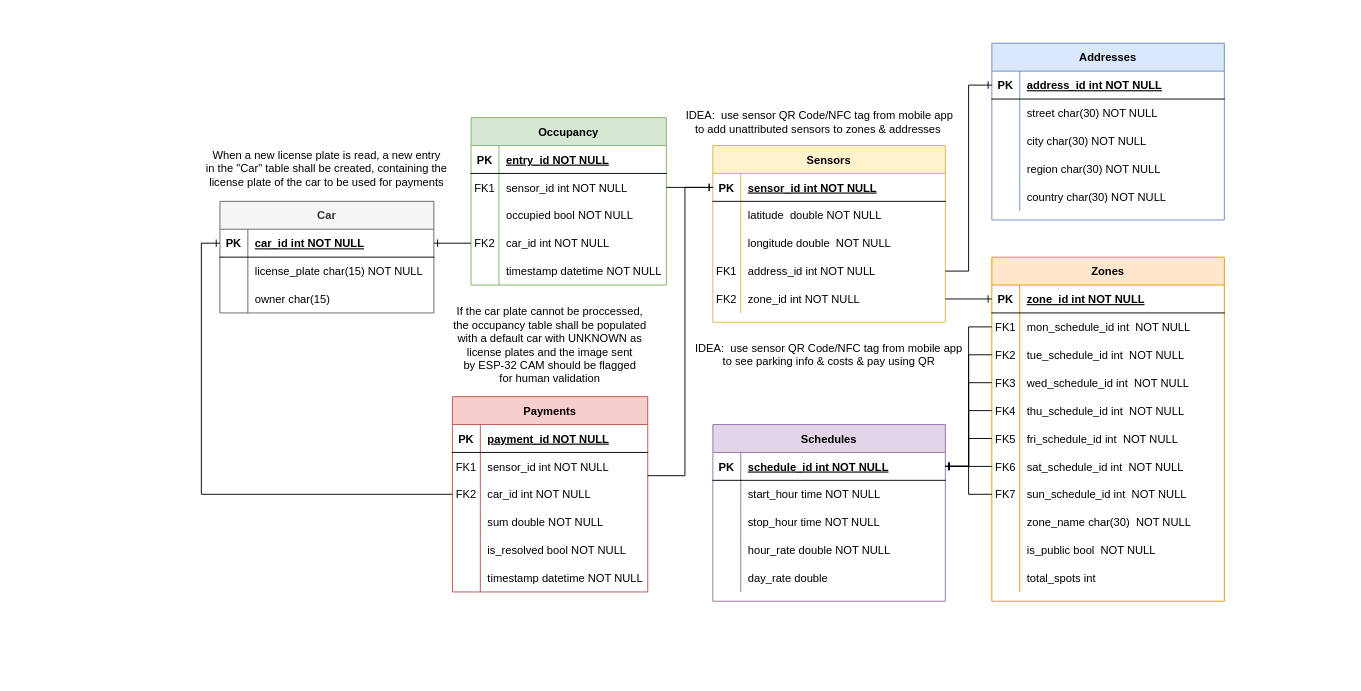
The draw.io diagram docs/sql-schema-diagram/easypark-db-schema.drawio in stefan-chivu/smartpark, before the edit. Source tidied: cells renumbered, new cells numbered last; positions are measured from the earlier drawing's top-left corner, leaving out a move shared by most shapes. Both pictures are drawn from the tidied source at 93%, with x=0, y=0 at pixel (182, 43).
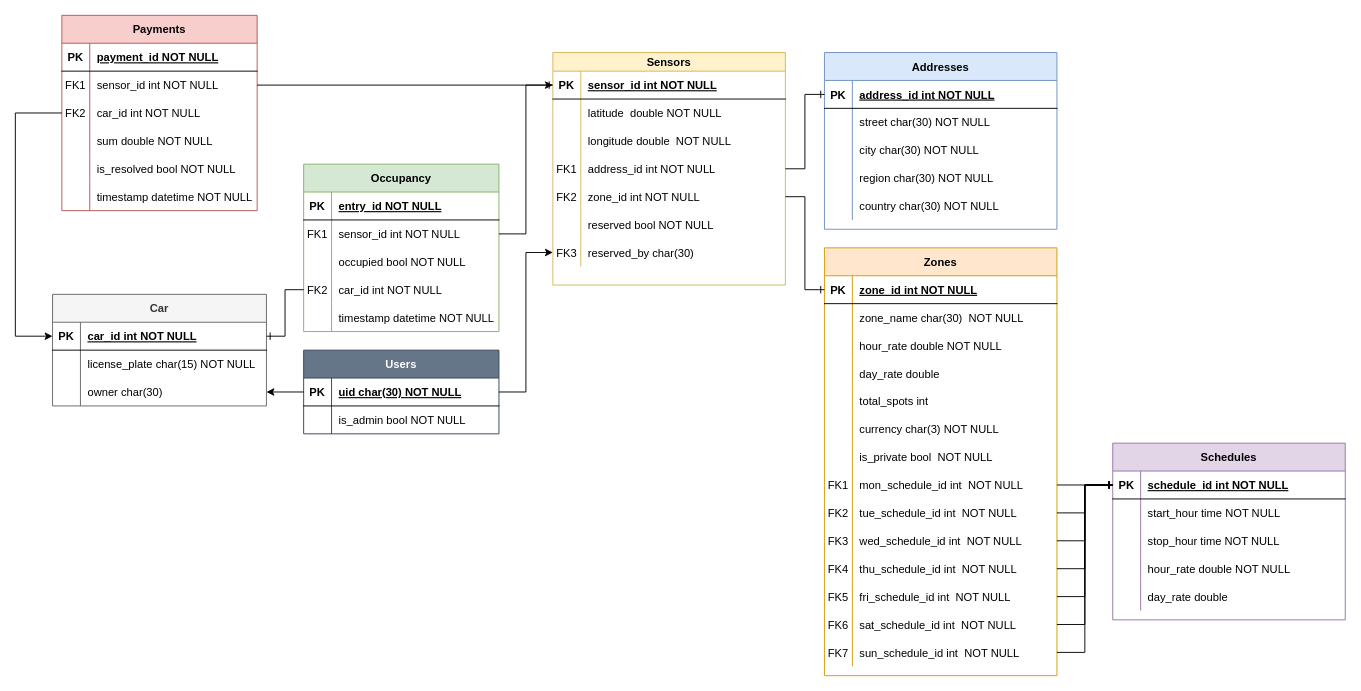
The same page after the edit.

The change refers to these unchanged cells:
```xml
<mxCell id="69" style="shape=partialRectangle;fillColor=none;points=[[0,0.5],[1,0.5]];portConstraint=eastwest;top=0;left=0;right=0;bottom=1;" parent="68" vertex="1">
  <mxGeometry y="30" width="250" height="30" as="geometry" />
</mxCell>
<mxCell id="107" style="shape=partialRectangle;fillColor=none;points=[[0,0.5],[1,0.5]];portConstraint=eastwest;top=0;left=0;right=0;bottom=0;" parent="103" vertex="1">
  <mxGeometry y="60" width="210" height="30" as="geometry" />
</mxCell>
<mxCell id="110" style="shape=partialRectangle;fillColor=none;points=[[0,0.5],[1,0.5]];portConstraint=eastwest;top=0;left=0;right=0;bottom=0;" parent="103" vertex="1">
  <mxGeometry y="90" width="210" height="30" as="geometry" />
</mxCell>
<mxCell id="123" style="shape=partialRectangle;fillColor=none;points=[[0,0.5],[1,0.5]];portConstraint=eastwest;top=0;left=0;right=0;bottom=1;" parent="122" vertex="1">
  <mxGeometry y="30" width="230" height="30" as="geometry" />
</mxCell>
<mxCell id="129" style="shape=partialRectangle;fillColor=none;points=[[0,0.5],[1,0.5]];portConstraint=eastwest;top=0;left=0;right=0;bottom=0;" parent="122" vertex="1">
  <mxGeometry y="90" width="230" height="30" as="geometry" />
</mxCell>
```

What changed in the source:
```diff
@@
     <mxCell id="2" value="Addresses" style="shape=table;startSize=30;childLayout=tableLayout;rowLines=0;fontStyle=1;align=center;fillColor=#dae8fc;strokeColor=#6c8ebf;" parent="1" vertex="1">
-      <mxGeometry x="870" width="250" height="190" as="geometry" />
+      <mxGeometry x="690" y="10" width="250" height="190" as="geometry" />
     </mxCell>
@@
-    <mxCell id="18" value="Sensors" style="shape=table;startSize=30;childLayout=tableLayout;rowLines=0;fontStyle=1;align=center;fillColor=#fff2cc;strokeColor=#d6b656;" parent="1" vertex="1">
-      <mxGeometry x="570" y="110" width="250" height="190" as="geometry" />
+    <mxCell id="18" value="Sensors" style="shape=table;startSize=20;childLayout=tableLayout;rowLines=0;fontStyle=1;align=center;fillColor=#fff2cc;strokeColor=#d6b656;" parent="1" vertex="1">
+      <mxGeometry x="398" y="10" width="250" height="250" as="geometry" />
     </mxCell>
     <mxCell id="19" style="shape=partialRectangle;fillColor=none;points=[[0,0.5],[1,0.5]];portConstraint=eastwest;top=0;left=0;right=0;bottom=1;" parent="18" vertex="1">
-      <mxGeometry y="30" width="250" height="30" as="geometry" />
+      <mxGeometry y="20" width="250" height="30" as="geometry" />
     </mxCell>
@@
     <mxCell id="22" style="shape=partialRectangle;fillColor=none;top=0;left=0;right=0;bottom=0;" parent="18" vertex="1">
-      <mxGeometry y="60" width="250" height="30" as="geometry" />
+      <mxGeometry y="50" width="250" height="30" as="geometry" />
     </mxCell>
@@
     <mxCell id="25" style="shape=partialRectangle;fillColor=none;top=0;left=0;right=0;bottom=0;" parent="18" vertex="1">
-      <mxGeometry y="90" width="250" height="30" as="geometry" />
+      <mxGeometry y="80" width="250" height="30" as="geometry" />
     </mxCell>
@@
     <mxCell id="28" style="shape=partialRectangle;fillColor=none;points=[[0,0.5],[1,0.5]];portConstraint=eastwest;top=0;left=0;right=0;bottom=0;" parent="18" vertex="1">
-      <mxGeometry y="120" width="250" height="30" as="geometry" />
+      <mxGeometry y="110" width="250" height="30" as="geometry" />
     </mxCell>
@@
     <mxCell id="31" style="shape=partialRectangle;fillColor=none;points=[[0,0.5],[1,0.5]];portConstraint=eastwest;top=0;left=0;right=0;bottom=0;" parent="18" vertex="1">
-      <mxGeometry y="150" width="250" height="30" as="geometry" />
+      <mxGeometry y="140" width="250" height="30" as="geometry" />
     </mxCell>
@@
+    <mxCell id="146" style="shape=partialRectangle;fillColor=none;top=0;left=0;right=0;bottom=0;" parent="18" vertex="1">
+      <mxGeometry y="170" width="250" height="30" as="geometry" />
+    </mxCell>
+    <mxCell id="147" style="shape=partialRectangle;overflow=hidden;fillColor=none;top=0;left=0;bottom=0;right=0;" parent="146" vertex="1">
+      <mxGeometry width="30" height="30" as="geometry" />
+    </mxCell>
+    <mxCell id="148" value="reserved bool NOT NULL" style="shape=partialRectangle;overflow=hidden;fillColor=none;top=0;left=0;bottom=0;right=0;align=left;spacingLeft=6;" parent="146" vertex="1">
+      <mxGeometry x="30" width="220" height="30" as="geometry" />
+    </mxCell>
+    <mxCell id="149" style="shape=partialRectangle;fillColor=none;points=[[0,0.5],[1,0.5]];portConstraint=eastwest;top=0;left=0;right=0;bottom=0;" parent="18" vertex="1">
+      <mxGeometry y="200" width="250" height="30" as="geometry" />
+    </mxCell>
+    <mxCell id="150" value="FK3" style="shape=partialRectangle;overflow=hidden;fillColor=none;top=0;left=0;bottom=0;right=0;" parent="149" vertex="1">
+      <mxGeometry width="30" height="30" as="geometry" />
+    </mxCell>
+    <mxCell id="151" value="reserved_by char(30)" style="shape=partialRectangle;overflow=hidden;fillColor=none;top=0;left=0;bottom=0;right=0;align=left;spacingLeft=6;" parent="149" vertex="1">
+      <mxGeometry x="30" width="220" height="30" as="geometry" />
+    </mxCell>
     <mxCell id="34" value="Zones" style="shape=table;startSize=30;childLayout=tableLayout;rowLines=0;fontStyle=1;align=center;fillColor=#ffe6cc;strokeColor=#d79b00;" parent="1" vertex="1">
-      <mxGeometry x="870" y="230" width="250" height="370" as="geometry" />
+      <mxGeometry x="690" y="220" width="250" height="460" as="geometry" />
     </mxCell>
@@
+    <mxCell id="59" style="shape=partialRectangle;fillColor=none;top=0;left=0;right=0;bottom=0;" parent="34" vertex="1">
+      <mxGeometry y="60" width="250" height="30" as="geometry" />
+    </mxCell>
+    <mxCell id="60" style="shape=partialRectangle;overflow=hidden;fillColor=none;top=0;left=0;bottom=0;right=0;" parent="59" vertex="1">
+      <mxGeometry width="30" height="30" as="geometry" />
+    </mxCell>
+    <mxCell id="61" value="zone_name char(30)  NOT NULL" style="shape=partialRectangle;overflow=hidden;fillColor=none;top=0;left=0;bottom=0;right=0;align=left;spacingLeft=6;" parent="59" vertex="1">
+      <mxGeometry x="30" width="220" height="30" as="geometry" />
+    </mxCell>
+    <mxCell id="152" style="shape=partialRectangle;fillColor=none;top=0;left=0;right=0;bottom=0;" parent="34" vertex="1">
+      <mxGeometry y="90" width="250" height="30" as="geometry" />
+    </mxCell>
+    <mxCell id="153" style="shape=partialRectangle;overflow=hidden;fillColor=none;top=0;left=0;bottom=0;right=0;" parent="152" vertex="1">
+      <mxGeometry width="30" height="30" as="geometry" />
+    </mxCell>
+    <mxCell id="154" value="hour_rate double NOT NULL" style="shape=partialRectangle;overflow=hidden;fillColor=none;top=0;left=0;bottom=0;right=0;align=left;spacingLeft=6;" parent="152" vertex="1">
+      <mxGeometry x="30" width="220" height="30" as="geometry" />
+    </mxCell>
+    <mxCell id="155" style="shape=partialRectangle;fillColor=none;top=0;left=0;right=0;bottom=0;" parent="34" vertex="1">
+      <mxGeometry y="120" width="250" height="30" as="geometry" />
+    </mxCell>
+    <mxCell id="156" style="shape=partialRectangle;overflow=hidden;fillColor=none;top=0;left=0;bottom=0;right=0;" parent="155" vertex="1">
+      <mxGeometry width="30" height="30" as="geometry" />
+    </mxCell>
+    <mxCell id="157" value="day_rate double" style="shape=partialRectangle;overflow=hidden;fillColor=none;top=0;left=0;bottom=0;right=0;align=left;spacingLeft=6;" parent="155" vertex="1">
+      <mxGeometry x="30" width="220" height="30" as="geometry" />
+    </mxCell>
+    <mxCell id="65" style="shape=partialRectangle;fillColor=none;top=0;left=0;right=0;bottom=0;" parent="34" vertex="1">
+      <mxGeometry y="150" width="250" height="30" as="geometry" />
+    </mxCell>
+    <mxCell id="66" style="shape=partialRectangle;overflow=hidden;fillColor=none;top=0;left=0;bottom=0;right=0;" parent="65" vertex="1">
+      <mxGeometry width="30" height="30" as="geometry" />
+    </mxCell>
+    <mxCell id="67" value="total_spots int" style="shape=partialRectangle;overflow=hidden;fillColor=none;top=0;left=0;bottom=0;right=0;align=left;spacingLeft=6;" parent="65" vertex="1">
+      <mxGeometry x="30" width="220" height="30" as="geometry" />
+    </mxCell>
+    <mxCell id="158" style="shape=partialRectangle;fillColor=none;top=0;left=0;right=0;bottom=0;" parent="34" vertex="1">
+      <mxGeometry y="180" width="250" height="30" as="geometry" />
+    </mxCell>
+    <mxCell id="159" style="shape=partialRectangle;overflow=hidden;fillColor=none;top=0;left=0;bottom=0;right=0;" parent="158" vertex="1">
+      <mxGeometry width="30" height="30" as="geometry" />
+    </mxCell>
+    <mxCell id="160" value="currency char(3) NOT NULL" style="shape=partialRectangle;overflow=hidden;fillColor=none;top=0;left=0;bottom=0;right=0;align=left;spacingLeft=6;" parent="158" vertex="1">
+      <mxGeometry x="30" width="220" height="30" as="geometry" />
+    </mxCell>
+    <mxCell id="62" style="shape=partialRectangle;fillColor=none;top=0;left=0;right=0;bottom=0;" parent="34" vertex="1">
+      <mxGeometry y="210" width="250" height="30" as="geometry" />
+    </mxCell>
+    <mxCell id="63" style="shape=partialRectangle;overflow=hidden;fillColor=none;top=0;left=0;bottom=0;right=0;" parent="62" vertex="1">
+      <mxGeometry width="30" height="30" as="geometry" />
+    </mxCell>
+    <mxCell id="64" value="is_private bool  NOT NULL" style="shape=partialRectangle;overflow=hidden;fillColor=none;top=0;left=0;bottom=0;right=0;align=left;spacingLeft=6;" parent="62" vertex="1">
+      <mxGeometry x="30" width="220" height="30" as="geometry" />
+    </mxCell>
     <mxCell id="38" style="shape=partialRectangle;fillColor=none;points=[[0,0.5],[1,0.5]];portConstraint=eastwest;top=0;left=0;right=0;bottom=0;" parent="34" vertex="1">
-      <mxGeometry y="60" width="250" height="30" as="geometry" />
+      <mxGeometry y="240" width="250" height="30" as="geometry" />
     </mxCell>
@@
     <mxCell id="41" style="shape=partialRectangle;fillColor=none;points=[[0,0.5],[1,0.5]];portConstraint=eastwest;top=0;left=0;right=0;bottom=0;" parent="34" vertex="1">
-      <mxGeometry y="90" width="250" height="30" as="geometry" />
+      <mxGeometry y="270" width="250" height="30" as="geometry" />
     </mxCell>
@@
     <mxCell id="44" style="shape=partialRectangle;fillColor=none;points=[[0,0.5],[1,0.5]];portConstraint=eastwest;top=0;left=0;right=0;bottom=0;" parent="34" vertex="1">
-      <mxGeometry y="120" width="250" height="30" as="geometry" />
+      <mxGeometry y="300" width="250" height="30" as="geometry" />
     </mxCell>
@@
     <mxCell id="47" style="shape=partialRectangle;fillColor=none;points=[[0,0.5],[1,0.5]];portConstraint=eastwest;top=0;left=0;right=0;bottom=0;" parent="34" vertex="1">
-      <mxGeometry y="150" width="250" height="30" as="geometry" />
+      <mxGeometry y="330" width="250" height="30" as="geometry" />
     </mxCell>
@@
     <mxCell id="50" style="shape=partialRectangle;fillColor=none;points=[[0,0.5],[1,0.5]];portConstraint=eastwest;top=0;left=0;right=0;bottom=0;" parent="34" vertex="1">
-      <mxGeometry y="180" width="250" height="30" as="geometry" />
+      <mxGeometry y="360" width="250" height="30" as="geometry" />
     </mxCell>
@@
     <mxCell id="53" style="shape=partialRectangle;fillColor=none;points=[[0,0.5],[1,0.5]];portConstraint=eastwest;top=0;left=0;right=0;bottom=0;" parent="34" vertex="1">
-      <mxGeometry y="210" width="250" height="30" as="geometry" />
+      <mxGeometry y="390" width="250" height="30" as="geometry" />
     </mxCell>
@@
     <mxCell id="56" style="shape=partialRectangle;fillColor=none;points=[[0,0.5],[1,0.5]];portConstraint=eastwest;top=0;left=0;right=0;bottom=0;" parent="34" vertex="1">
-      <mxGeometry y="240" width="250" height="30" as="geometry" />
+      <mxGeometry y="420" width="250" height="30" as="geometry" />
     </mxCell>
@@
-    <mxCell id="59" style="shape=partialRectangle;fillColor=none;top=0;left=0;right=0;bottom=0;" parent="34" vertex="1">
-      <mxGeometry y="270" width="250" height="30" as="geometry" />
-    </mxCell>
-    <mxCell id="60" style="shape=partialRectangle;overflow=hidden;fillColor=none;top=0;left=0;bottom=0;right=0;" parent="59" vertex="1">
-      <mxGeometry width="30" height="30" as="geometry" />
-    </mxCell>
-    <mxCell id="61" value="zone_name char(30)  NOT NULL" style="shape=partialRectangle;overflow=hidden;fillColor=none;top=0;left=0;bottom=0;right=0;align=left;spacingLeft=6;" parent="59" vertex="1">
-      <mxGeometry x="30" width="220" height="30" as="geometry" />
-    </mxCell>
-    <mxCell id="62" style="shape=partialRectangle;fillColor=none;top=0;left=0;right=0;bottom=0;" parent="34" vertex="1">
-      <mxGeometry y="300" width="250" height="30" as="geometry" />
-    </mxCell>
-    <mxCell id="63" style="shape=partialRectangle;overflow=hidden;fillColor=none;top=0;left=0;bottom=0;right=0;" parent="62" vertex="1">
-      <mxGeometry width="30" height="30" as="geometry" />
-    </mxCell>
-    <mxCell id="64" value="is_public bool  NOT NULL" style="shape=partialRectangle;overflow=hidden;fillColor=none;top=0;left=0;bottom=0;right=0;align=left;spacingLeft=6;" parent="62" vertex="1">
-      <mxGeometry x="30" width="220" height="30" as="geometry" />
-    </mxCell>
-    <mxCell id="65" style="shape=partialRectangle;fillColor=none;top=0;left=0;right=0;bottom=0;" parent="34" vertex="1">
-      <mxGeometry y="330" width="250" height="30" as="geometry" />
-    </mxCell>
-    <mxCell id="66" style="shape=partialRectangle;overflow=hidden;fillColor=none;top=0;left=0;bottom=0;right=0;" parent="65" vertex="1">
-      <mxGeometry width="30" height="30" as="geometry" />
-    </mxCell>
-    <mxCell id="67" value="total_spots int" style="shape=partialRectangle;overflow=hidden;fillColor=none;top=0;left=0;bottom=0;right=0;align=left;spacingLeft=6;" parent="65" vertex="1">
-      <mxGeometry x="30" width="220" height="30" as="geometry" />
-    </mxCell>
     <mxCell id="68" value="Schedules" style="shape=table;startSize=30;childLayout=tableLayout;rowLines=0;fontStyle=1;align=center;fillColor=#e1d5e7;strokeColor=#9673a6;" parent="1" vertex="1">
-      <mxGeometry x="570" y="410" width="250" height="190" as="geometry" />
+      <mxGeometry x="1000" y="430" width="250" height="190" as="geometry" />
     </mxCell>
@@
     <mxCell id="86" value="Occupancy" style="shape=table;startSize=30;childLayout=tableLayout;rowLines=0;fontStyle=1;align=center;fillColor=#d5e8d4;strokeColor=#82b366;" parent="1" vertex="1">
-      <mxGeometry x="310" y="80" width="210" height="180" as="geometry" />
+      <mxGeometry x="130" y="130" width="210" height="180" as="geometry" />
     </mxCell>
@@
     <mxCell id="103" value="Payments" style="shape=table;startSize=30;childLayout=tableLayout;rowLines=0;fontStyle=1;align=center;fillColor=#f8cecc;strokeColor=#b85450;" parent="1" vertex="1">
-      <mxGeometry x="290" y="380" width="210" height="210" as="geometry" />
+      <mxGeometry x="-130" y="-30" width="210" height="210" as="geometry" />
     </mxCell>
@@
     <mxCell id="122" value="Car" style="shape=table;startSize=30;childLayout=tableLayout;rowLines=0;fontStyle=1;align=center;fillColor=#f5f5f5;strokeColor=#666666;fontColor=#333333;" parent="1" vertex="1">
-      <mxGeometry x="40" y="170" width="230" height="120" as="geometry" />
+      <mxGeometry x="-140" y="270" width="230" height="120" as="geometry" />
     </mxCell>
@@
-    <mxCell id="131" value="owner char(15)" style="shape=partialRectangle;overflow=hidden;fillColor=none;top=0;left=0;bottom=0;right=0;align=left;spacingLeft=6;" parent="129" vertex="1">
+    <mxCell id="131" value="owner char(30)" style="shape=partialRectangle;overflow=hidden;fillColor=none;top=0;left=0;bottom=0;right=0;align=left;spacingLeft=6;" parent="129" vertex="1">
       <mxGeometry x="30" width="200" height="30" as="geometry" />
     </mxCell>
-    <mxCell id="132" value="When a new license plate is read, a new entry&lt;br&gt;in the &quot;Car&quot; table shall be created, containing the&lt;br&gt;license plate of the car to be used for payments" style="text;html=1;strokeColor=none;fillColor=none;align=center;verticalAlign=middle;whiteSpace=wrap;rounded=0;" parent="1" vertex="1">
-      <mxGeometry y="80" width="310" height="110" as="geometry" />
-    </mxCell>
@@
-    <mxCell id="134" value="If the car plate cannot be proccessed,&lt;br&gt;the occupancy table shall be populated&lt;br&gt;with a default car with UNKNOWN as&lt;br&gt;license plates and the image sent&lt;br&gt;by ESP-32 CAM should be flagged&lt;br&gt;for human validation" style="text;html=1;strokeColor=none;fillColor=none;align=center;verticalAlign=middle;whiteSpace=wrap;rounded=0;" parent="1" vertex="1">
-      <mxGeometry x="260" y="270" width="270" height="110" as="geometry" />
-    </mxCell>
-    <mxCell id="135" style="edgeStyle=orthogonalEdgeStyle;rounded=0;jettySize=auto;html=1;entryX=0;entryY=0.5;entryDx=0;entryDy=0;endArrow=ERone;endFill=0;" parent="1" edge="1" source="107" target="19">
-      <mxGeometry relative="1" as="geometry">
-        <Array as="points">
-          <mxPoint x="540" y="465" />
-          <mxPoint x="540" y="155" />
-        </Array>
-      </mxGeometry>
-    </mxCell>
-    <mxCell id="136" style="edgeStyle=orthogonalEdgeStyle;rounded=0;jettySize=auto;html=1;entryX=0;entryY=0.5;entryDx=0;entryDy=0;endArrow=ERone;endFill=0;" parent="1" edge="1" source="110" target="123">
-      <mxGeometry relative="1" as="geometry" />
-    </mxCell>
-    <mxCell id="137" value="IDEA:&amp;nbsp; use sensor QR Code/NFC tag from mobile app&lt;br&gt;to add unattributed sensors to zones &amp;amp; addresses&amp;nbsp;" style="text;html=1;strokeColor=none;fillColor=none;align=center;verticalAlign=middle;whiteSpace=wrap;rounded=0;" parent="1" vertex="1">
-      <mxGeometry x="540" y="70" width="290" height="30" as="geometry" />
-    </mxCell>
-    <mxCell id="138" value="IDEA:&amp;nbsp; use sensor QR Code/NFC tag from mobile app&lt;br&gt;to see parking info &amp;amp; costs &amp;amp; pay using QR" style="text;html=1;strokeColor=none;fillColor=none;align=center;verticalAlign=middle;whiteSpace=wrap;rounded=0;" parent="1" vertex="1">
-      <mxGeometry x="550" y="320" width="290" height="30" as="geometry" />
-    </mxCell>
-    <mxCell id="139" style="edgeStyle=orthogonalEdgeStyle;rounded=0;jettySize=auto;html=1;entryX=1;entryY=0.5;entryDx=0;entryDy=0;endArrow=ERone;endFill=0;" parent="1" edge="1" source="56" target="69">
+    <mxCell id="139" style="edgeStyle=orthogonalEdgeStyle;rounded=0;jettySize=auto;html=1;entryX=0;entryY=0.5;entryDx=0;entryDy=0;endArrow=ERone;endFill=0;" parent="1" edge="1" source="56" target="69">
       <mxGeometry relative="1" as="geometry" />
     </mxCell>
-    <mxCell id="140" style="edgeStyle=orthogonalEdgeStyle;rounded=0;jettySize=auto;html=1;entryX=1;entryY=0.5;entryDx=0;entryDy=0;endArrow=ERone;endFill=0;" parent="1" edge="1" source="53" target="69">
+    <mxCell id="140" style="edgeStyle=orthogonalEdgeStyle;rounded=0;jettySize=auto;html=1;entryX=0;entryY=0.5;entryDx=0;entryDy=0;endArrow=ERone;endFill=0;" parent="1" edge="1" source="53" target="69">
       <mxGeometry relative="1" as="geometry" />
     </mxCell>
-    <mxCell id="141" style="edgeStyle=orthogonalEdgeStyle;rounded=0;jettySize=auto;html=1;entryX=1;entryY=0.5;entryDx=0;entryDy=0;endArrow=ERone;endFill=0;" parent="1" edge="1" source="50" target="69">
+    <mxCell id="141" style="edgeStyle=orthogonalEdgeStyle;rounded=0;jettySize=auto;html=1;entryX=0;entryY=0.5;entryDx=0;entryDy=0;endArrow=ERone;endFill=0;" parent="1" edge="1" source="50" target="69">
       <mxGeometry relative="1" as="geometry" />
     </mxCell>
-    <mxCell id="142" style="edgeStyle=orthogonalEdgeStyle;rounded=0;jettySize=auto;html=1;entryX=1;entryY=0.5;entryDx=0;entryDy=0;endArrow=ERone;endFill=0;" parent="1" edge="1" source="47" target="69">
+    <mxCell id="142" style="edgeStyle=orthogonalEdgeStyle;rounded=0;jettySize=auto;html=1;entryX=0;entryY=0.5;entryDx=0;entryDy=0;endArrow=ERone;endFill=0;" parent="1" edge="1" source="47" target="69">
       <mxGeometry relative="1" as="geometry" />
     </mxCell>
-    <mxCell id="143" style="edgeStyle=orthogonalEdgeStyle;rounded=0;jettySize=auto;html=1;entryX=1;entryY=0.5;entryDx=0;entryDy=0;endArrow=ERone;endFill=0;" parent="1" edge="1" source="44" target="69">
+    <mxCell id="143" style="edgeStyle=orthogonalEdgeStyle;rounded=0;jettySize=auto;html=1;entryX=0;entryY=0.5;entryDx=0;entryDy=0;endArrow=ERone;endFill=0;" parent="1" edge="1" source="44" target="69">
       <mxGeometry relative="1" as="geometry" />
     </mxCell>
-    <mxCell id="144" style="edgeStyle=orthogonalEdgeStyle;rounded=0;jettySize=auto;html=1;entryX=1;entryY=0.5;entryDx=0;entryDy=0;endArrow=ERone;endFill=0;" parent="1" edge="1" source="41" target="69">
+    <mxCell id="144" style="edgeStyle=orthogonalEdgeStyle;rounded=0;jettySize=auto;html=1;entryX=0;entryY=0.5;entryDx=0;entryDy=0;endArrow=ERone;endFill=0;" parent="1" edge="1" source="41" target="69">
       <mxGeometry relative="1" as="geometry" />
     </mxCell>
-    <mxCell id="145" style="edgeStyle=orthogonalEdgeStyle;rounded=0;jettySize=auto;html=1;entryX=1;entryY=0.5;entryDx=0;entryDy=0;endArrow=ERone;endFill=0;" parent="1" edge="1" source="38" target="69">
+    <mxCell id="145" style="edgeStyle=orthogonalEdgeStyle;rounded=0;jettySize=auto;html=1;entryX=0;entryY=0.5;entryDx=0;entryDy=0;endArrow=ERone;endFill=0;" parent="1" edge="1" source="38" target="69">
       <mxGeometry relative="1" as="geometry" />
     </mxCell>
+    <mxCell id="161" value="Users" style="shape=table;startSize=30;childLayout=tableLayout;rowLines=0;fontStyle=1;align=center;fillColor=#647687;strokeColor=#314354;fontColor=#ffffff;" parent="1" vertex="1">
+      <mxGeometry x="130" y="330" width="210" height="90" as="geometry" />
+    </mxCell>
+    <mxCell id="162" style="shape=partialRectangle;fillColor=none;points=[[0,0.5],[1,0.5]];portConstraint=eastwest;top=0;left=0;right=0;bottom=1;" parent="161" vertex="1">
+      <mxGeometry y="30" width="210" height="30" as="geometry" />
+    </mxCell>
+    <mxCell id="163" value="PK" style="shape=partialRectangle;overflow=hidden;fillColor=none;top=0;left=0;bottom=0;right=0;fontStyle=1;" parent="162" vertex="1">
+      <mxGeometry width="30" height="30" as="geometry" />
+    </mxCell>
+    <mxCell id="164" value="uid char(30) NOT NULL" style="shape=partialRectangle;overflow=hidden;fillColor=none;top=0;left=0;bottom=0;right=0;align=left;spacingLeft=6;fontStyle=5;" parent="162" vertex="1">
+      <mxGeometry x="30" width="180" height="30" as="geometry" />
+    </mxCell>
+    <mxCell id="165" style="shape=partialRectangle;fillColor=none;top=0;left=0;right=0;bottom=0;" parent="161" vertex="1">
+      <mxGeometry y="60" width="210" height="30" as="geometry" />
+    </mxCell>
+    <mxCell id="166" style="shape=partialRectangle;overflow=hidden;fillColor=none;top=0;left=0;bottom=0;right=0;" parent="165" vertex="1">
+      <mxGeometry width="30" height="30" as="geometry" />
+    </mxCell>
+    <mxCell id="167" value="is_admin bool NOT NULL" style="shape=partialRectangle;overflow=hidden;fillColor=none;top=0;left=0;bottom=0;right=0;align=left;spacingLeft=6;" parent="165" vertex="1">
+      <mxGeometry x="30" width="180" height="30" as="geometry" />
+    </mxCell>
+    <mxCell id="168" style="edgeStyle=orthogonalEdgeStyle;rounded=0;jettySize=auto;html=1;" parent="1" edge="1" source="162" target="149">
+      <mxGeometry relative="1" as="geometry" />
+    </mxCell>
+    <mxCell id="169" style="edgeStyle=orthogonalEdgeStyle;rounded=0;jettySize=auto;html=1;entryX=1;entryY=0.5;entryDx=0;entryDy=0;" parent="1" edge="1" source="162" target="129">
+      <mxGeometry relative="1" as="geometry" />
+    </mxCell>
+    <mxCell id="135" style="edgeStyle=orthogonalEdgeStyle;rounded=0;jettySize=auto;html=1;entryX=0;entryY=0.5;entryDx=0;entryDy=0;exitX=1;exitY=0.5;exitDx=0;exitDy=0;" parent="1" edge="1" source="107" target="19">
+      <mxGeometry relative="1" as="geometry" />
+    </mxCell>
+    <mxCell id="136" style="edgeStyle=orthogonalEdgeStyle;rounded=0;jettySize=auto;html=1;entryX=0;entryY=0.5;entryDx=0;entryDy=0;" parent="1" edge="1" source="110" target="123">
+      <mxGeometry relative="1" as="geometry">
+        <Array as="points">
+          <mxPoint x="-180" y="75" />
+          <mxPoint x="-180" y="315" />
+        </Array>
+      </mxGeometry>
+    </mxCell>
```
